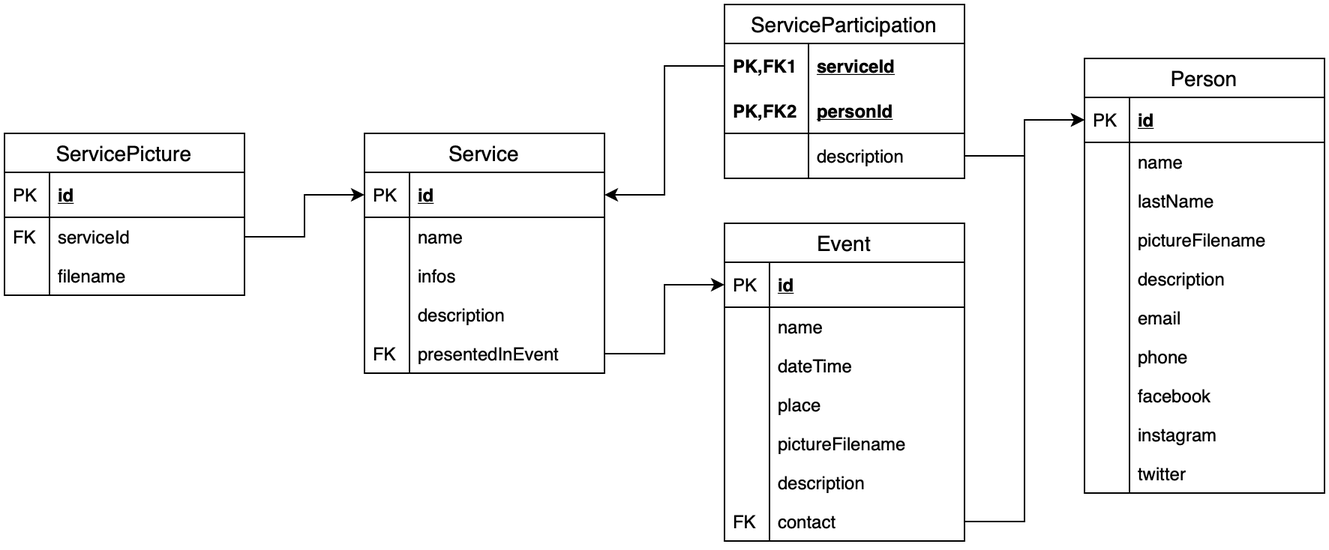
Before: DesignDocument/figures/DB/RelationalTables.png, a diagram exported from draw.io (Alenichel/CodiglioniDellOglioNichelini-HypermediaProject). Source tidied: cells renumbered, new cells last; positions are measured from the earlier drawing's top-left corner, leaving out a move shared by most shapes.
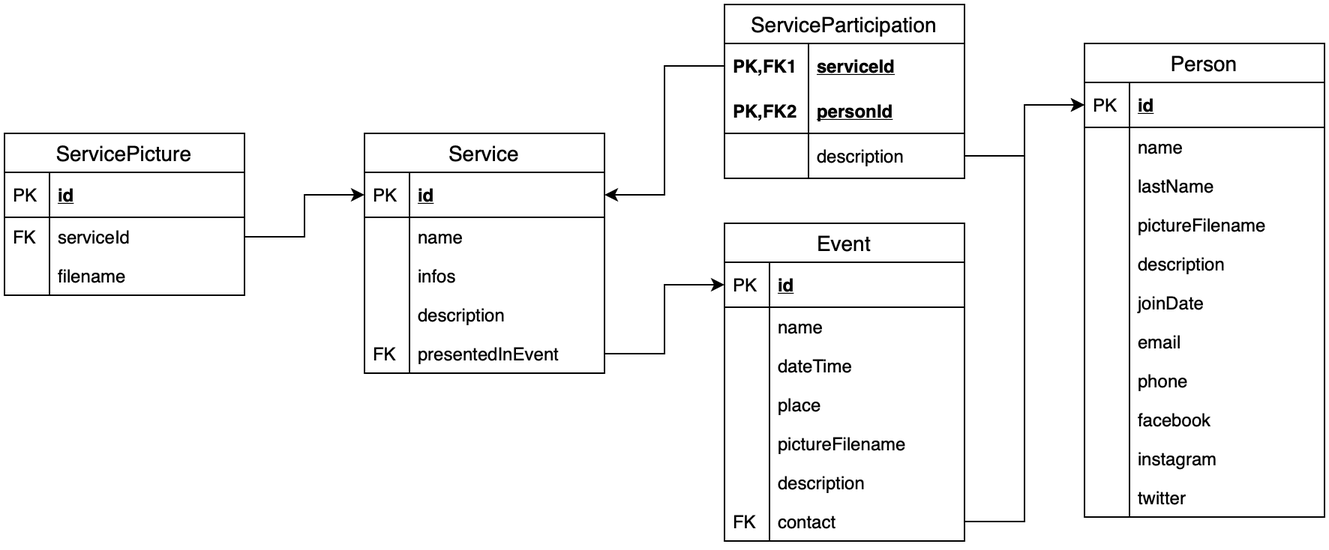
The same file after the commit.

Change to the diagram source:
```diff
@@ -72,7 +72,7 @@
       <mxGeometry relative="1" as="geometry">
         <Array as="points">
           <mxPoint x="680" y="345" />
-          <mxPoint x="680" y="77" />
+          <mxPoint x="680" y="67" />
         </Array>
       </mxGeometry>
     </mxCell>
@@ -143,7 +143,7 @@
       <mxGeometry width="30" height="26" as="geometry" />
     </mxCell>
     <mxCell id="47" value="Person" style="swimlane;fontStyle=0;horizontal=1;startSize=26;align=center;fontSize=14;" parent="1" vertex="1">
-      <mxGeometry x="720" y="36" width="160" height="290" as="geometry" />
+      <mxGeometry x="720" y="26" width="160" height="316" as="geometry" />
     </mxCell>
     <mxCell id="48" value="id" style="shape=partialRectangle;top=0;left=0;right=0;bottom=1;align=left;verticalAlign=middle;fillColor=none;spacingLeft=34;spacingRight=4;overflow=hidden;points=[[0,0.5],[1,0.5]];portConstraint=eastwest;fontStyle=5;fontSize=12;" parent="47" vertex="1">
       <mxGeometry y="26" width="160" height="30" as="geometry" />
@@ -175,32 +175,38 @@
     <mxCell id="57" style="shape=partialRectangle;top=0;left=0;bottom=0;fillColor=none;align=left;verticalAlign=top;spacingLeft=4;spacingRight=4;overflow=hidden;fontSize=12;" parent="56" vertex="1">
       <mxGeometry width="30" height="26" as="geometry" />
     </mxCell>
+    <mxCell id="68" value="joinDate" style="shape=partialRectangle;top=0;left=0;right=0;bottom=0;align=left;verticalAlign=top;fillColor=none;spacingLeft=34;spacingRight=4;overflow=hidden;fontSize=12;" parent="47" vertex="1">
+      <mxGeometry y="160" width="160" height="26" as="geometry" />
+    </mxCell>
+    <mxCell id="69" style="shape=partialRectangle;top=0;left=0;bottom=0;fillColor=none;align=left;verticalAlign=top;spacingLeft=4;spacingRight=4;overflow=hidden;fontSize=12;" parent="68" vertex="1">
+      <mxGeometry width="30" height="26" as="geometry" />
+    </mxCell>
     <mxCell id="58" value="email" style="shape=partialRectangle;top=0;left=0;right=0;bottom=0;align=left;verticalAlign=top;fillColor=none;spacingLeft=34;spacingRight=4;overflow=hidden;fontSize=12;" parent="47" vertex="1">
-      <mxGeometry y="160" width="160" height="26" as="geometry" />
+      <mxGeometry y="186" width="160" height="26" as="geometry" />
     </mxCell>
     <mxCell id="59" style="shape=partialRectangle;top=0;left=0;bottom=0;fillColor=none;align=left;verticalAlign=top;spacingLeft=4;spacingRight=4;overflow=hidden;fontSize=12;" parent="58" vertex="1">
       <mxGeometry width="30" height="26" as="geometry" />
     </mxCell>
     <mxCell id="60" value="phone" style="shape=partialRectangle;top=0;left=0;right=0;bottom=0;align=left;verticalAlign=top;fillColor=none;spacingLeft=34;spacingRight=4;overflow=hidden;fontSize=12;" parent="47" vertex="1">
-      <mxGeometry y="186" width="160" height="26" as="geometry" />
+      <mxGeometry y="212" width="160" height="26" as="geometry" />
     </mxCell>
     <mxCell id="61" style="shape=partialRectangle;top=0;left=0;bottom=0;fillColor=none;align=left;verticalAlign=top;spacingLeft=4;spacingRight=4;overflow=hidden;fontSize=12;" parent="60" vertex="1">
       <mxGeometry width="30" height="26" as="geometry" />
     </mxCell>
     <mxCell id="62" value="facebook" style="shape=partialRectangle;top=0;left=0;right=0;bottom=0;align=left;verticalAlign=top;fillColor=none;spacingLeft=34;spacingRight=4;overflow=hidden;fontSize=12;" parent="47" vertex="1">
-      <mxGeometry y="212" width="160" height="26" as="geometry" />
+      <mxGeometry y="238" width="160" height="26" as="geometry" />
     </mxCell>
     <mxCell id="63" style="shape=partialRectangle;top=0;left=0;bottom=0;fillColor=none;align=left;verticalAlign=top;spacingLeft=4;spacingRight=4;overflow=hidden;fontSize=12;" parent="62" vertex="1">
       <mxGeometry width="30" height="26" as="geometry" />
     </mxCell>
     <mxCell id="64" value="instagram" style="shape=partialRectangle;top=0;left=0;right=0;bottom=0;align=left;verticalAlign=top;fillColor=none;spacingLeft=34;spacingRight=4;overflow=hidden;fontSize=12;" parent="47" vertex="1">
-      <mxGeometry y="238" width="160" height="26" as="geometry" />
+      <mxGeometry y="264" width="160" height="26" as="geometry" />
     </mxCell>
     <mxCell id="65" style="shape=partialRectangle;top=0;left=0;bottom=0;fillColor=none;align=left;verticalAlign=top;spacingLeft=4;spacingRight=4;overflow=hidden;fontSize=12;" parent="64" vertex="1">
       <mxGeometry width="30" height="26" as="geometry" />
     </mxCell>
     <mxCell id="66" value="twitter" style="shape=partialRectangle;top=0;left=0;right=0;bottom=0;align=left;verticalAlign=top;fillColor=none;spacingLeft=34;spacingRight=4;overflow=hidden;fontSize=12;" parent="47" vertex="1">
-      <mxGeometry y="264" width="160" height="26" as="geometry" />
+      <mxGeometry y="290" width="160" height="26" as="geometry" />
     </mxCell>
     <mxCell id="67" style="shape=partialRectangle;top=0;left=0;bottom=0;fillColor=none;align=left;verticalAlign=top;spacingLeft=4;spacingRight=4;overflow=hidden;fontSize=12;" parent="66" vertex="1">
       <mxGeometry width="30" height="26" as="geometry" />
```
